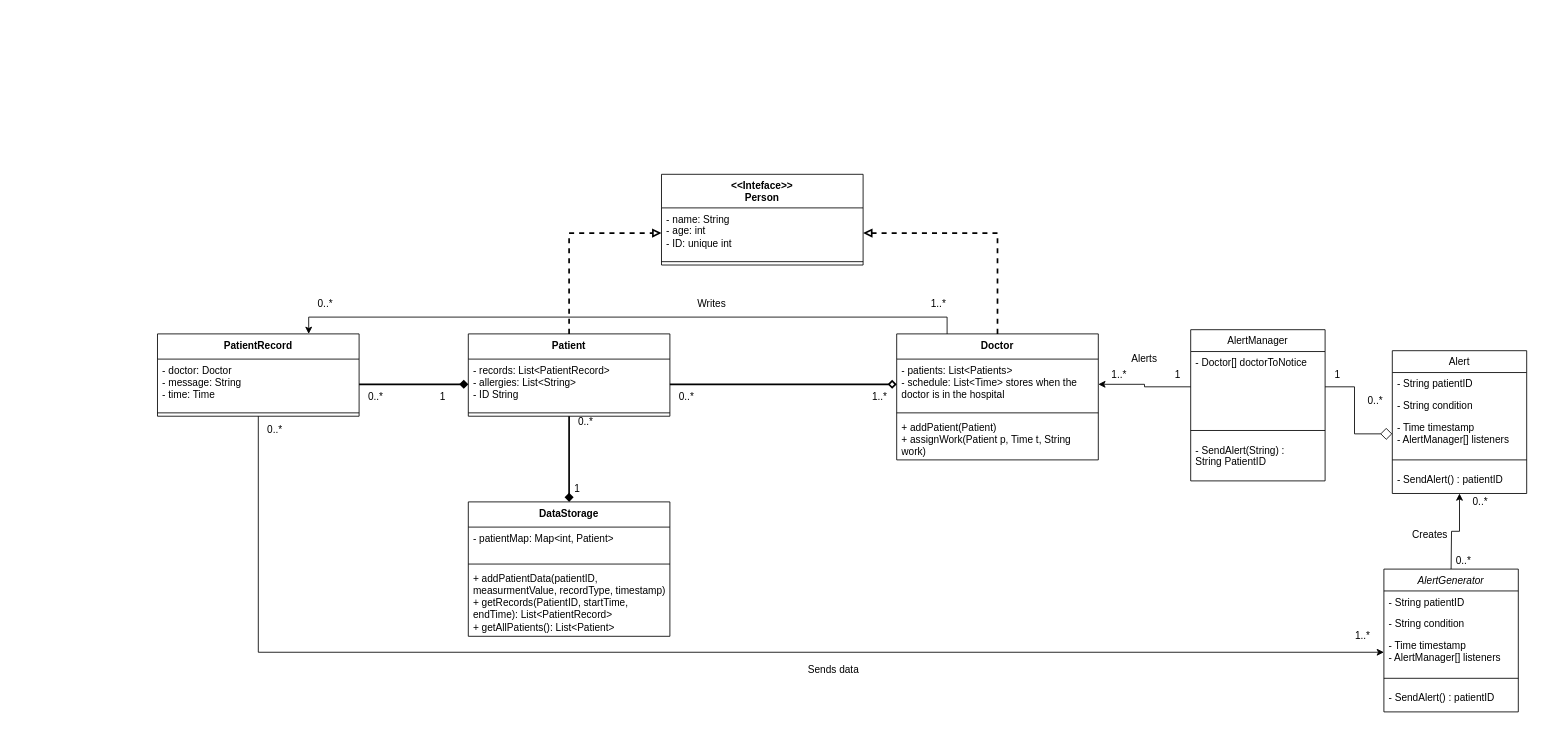
almadav0010/SoftverEngi_G79 keeps this draw.io diagram as UML_Chart.drawio. Above is the earlier version. Source tidied: cells renumbered, new cells numbered last; positions are measured from the earlier drawing's top-left corner, leaving out a move shared by most shapes. Both pictures are drawn from the tidied source at 84%, with x=0, y=0 at pixel (157, 174).
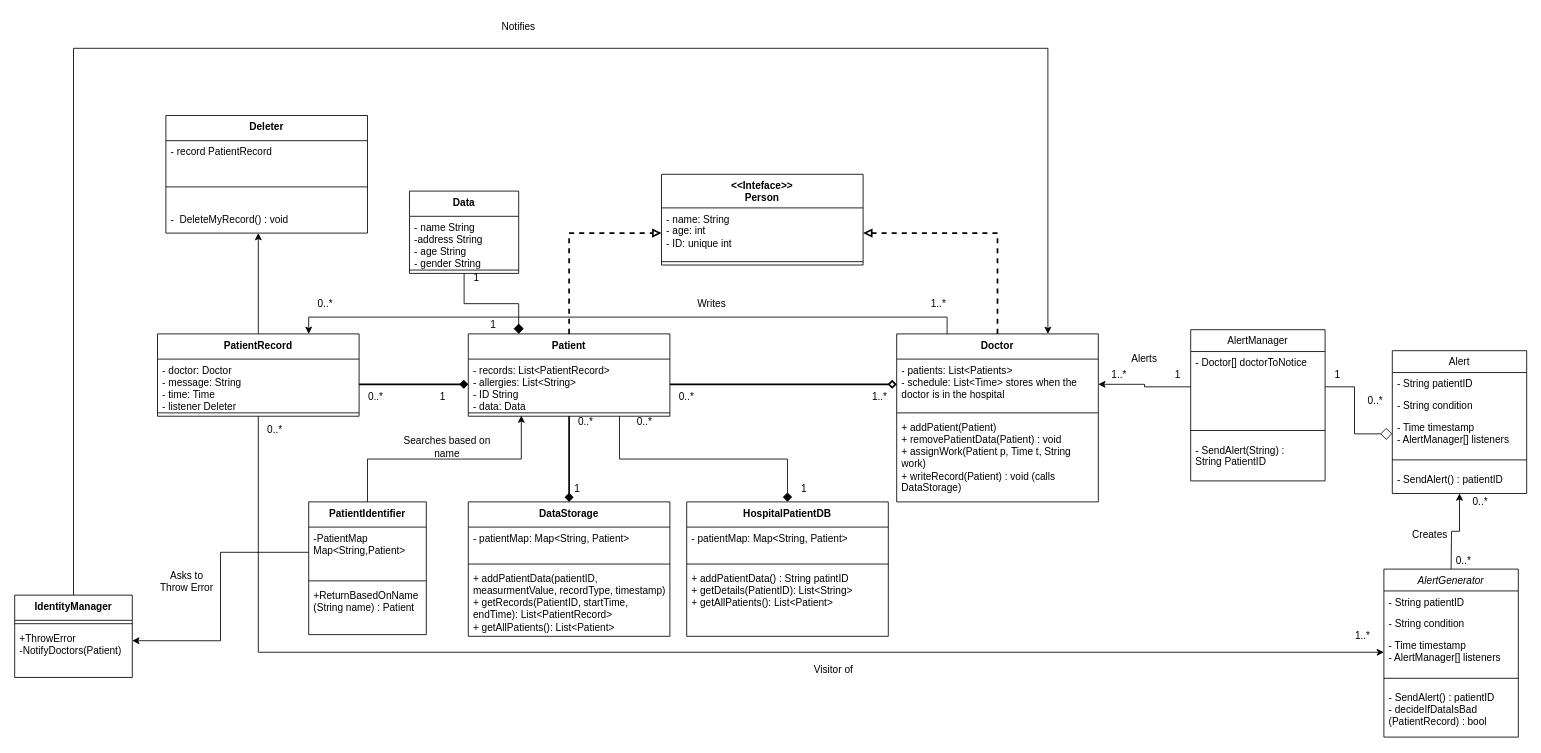
After the change.

Unchanged cells that the change refers to:
```xml
<mxCell id="3" value="&lt;div&gt;&lt;span style=&quot;background-color: transparent; color: light-dark(rgb(0, 0, 0), rgb(255, 255, 255));&quot;&gt;DataStorage&lt;/span&gt;&lt;/div&gt;" style="swimlane;fontStyle=1;align=center;verticalAlign=top;horizontal=1;startSize=30;whiteSpace=wrap;html=1;" parent="1" vertex="1">
  <mxGeometry x="370" y="390" width="240" height="160" as="geometry" />
</mxCell>
<mxCell id="8" value="&lt;div&gt;&lt;span style=&quot;background-color: transparent; color: light-dark(rgb(0, 0, 0), rgb(255, 255, 255));&quot;&gt;Patient&lt;/span&gt;&lt;/div&gt;" style="swimlane;fontStyle=1;align=center;verticalAlign=top;horizontal=1;startSize=30;whiteSpace=wrap;html=1;" parent="1" vertex="1">
  <mxGeometry x="370" y="190" width="240" height="98" as="geometry" />
</mxCell>
<mxCell id="10" style="line;strokeWidth=1;fillColor=none;align=left;verticalAlign=middle;spacingTop=-1;spacingLeft=3;spacingRight=3;labelPosition=right;points=[];portConstraint=eastwest;strokeColor=inherit;" parent="8" vertex="1">
  <mxGeometry y="90" width="240" height="8" as="geometry" />
</mxCell>
<mxCell id="26" value="&lt;div&gt;&lt;span style=&quot;background-color: transparent; color: light-dark(rgb(0, 0, 0), rgb(255, 255, 255));&quot;&gt;PatientRecord&lt;/span&gt;&lt;/div&gt;" style="swimlane;fontStyle=1;align=center;verticalAlign=top;horizontal=1;startSize=30;whiteSpace=wrap;html=1;" parent="1" vertex="1">
  <mxGeometry y="190" width="240" height="98" as="geometry" />
</mxCell>
```

Change to the diagram source:
```diff
@@
-    <mxCell id="4" value="- patientMap: Map&amp;lt;int, Patient&amp;gt;" style="text;strokeColor=none;fillColor=none;align=left;verticalAlign=top;spacingLeft=4;spacingRight=4;overflow=hidden;whiteSpace=wrap;html=1;" parent="3" vertex="1">
+    <mxCell id="4" value="- patientMap: Map&amp;lt;String, Patient&amp;gt;" style="text;strokeColor=none;fillColor=none;align=left;verticalAlign=top;spacingLeft=4;spacingRight=4;overflow=hidden;whiteSpace=wrap;html=1;" parent="3" vertex="1">
       <mxGeometry y="30" width="240" height="40" as="geometry" />
     </mxCell>
@@
-    <mxCell id="9" value="&lt;div&gt;- records: List&amp;lt;PatientRecord&amp;gt;&lt;/div&gt;&lt;div&gt;- allergies: List&amp;lt;String&amp;gt;&amp;nbsp;&lt;/div&gt;&lt;div&gt;- ID String&lt;/div&gt;" style="text;strokeColor=none;fillColor=none;align=left;verticalAlign=top;spacingLeft=4;spacingRight=4;overflow=hidden;points=[[0,0.5],[1,0.5]];portConstraint=eastwest;whiteSpace=wrap;html=1;" parent="8" vertex="1">
+    <mxCell id="9" value="&lt;div&gt;- records: List&amp;lt;PatientRecord&amp;gt;&lt;/div&gt;&lt;div&gt;- allergies: List&amp;lt;String&amp;gt;&amp;nbsp;&lt;/div&gt;&lt;div&gt;- ID String&lt;/div&gt;&lt;div&gt;- data: Data&lt;/div&gt;" style="text;strokeColor=none;fillColor=none;align=left;verticalAlign=top;spacingLeft=4;spacingRight=4;overflow=hidden;points=[[0,0.5],[1,0.5]];portConstraint=eastwest;whiteSpace=wrap;html=1;" parent="8" vertex="1">
       <mxGeometry y="30" width="240" height="60" as="geometry" />
     </mxCell>
@@
     <mxCell id="18" value="&lt;div&gt;&lt;span style=&quot;background-color: transparent; color: light-dark(rgb(0, 0, 0), rgb(255, 255, 255));&quot;&gt;Doctor&lt;/span&gt;&lt;/div&gt;" style="swimlane;fontStyle=1;align=center;verticalAlign=top;horizontal=1;startSize=30;whiteSpace=wrap;html=1;" parent="1" vertex="1">
-      <mxGeometry x="880" y="190" width="240" height="150" as="geometry" />
+      <mxGeometry x="880" y="190" width="240" height="200" as="geometry" />
     </mxCell>
@@
-    <mxCell id="21" value="&lt;div&gt;+ addPatient(Patient)&lt;/div&gt;&lt;div&gt;+ assignWork(Patient p, Time t, String work)&lt;/div&gt;" style="text;strokeColor=none;fillColor=none;align=left;verticalAlign=top;spacingLeft=4;spacingRight=4;overflow=hidden;whiteSpace=wrap;html=1;" parent="18" vertex="1">
-      <mxGeometry y="98" width="240" height="52" as="geometry" />
+    <mxCell id="21" value="&lt;div&gt;+ addPatient(Patient)&lt;/div&gt;&lt;div&gt;+ removePatientData(Patient) : void&lt;/div&gt;&lt;div&gt;+ assignWork(Patient p, Time t, String work)&lt;/div&gt;&lt;div&gt;+ writeRecord(Patient) : void (calls DataStorage)&lt;/div&gt;" style="text;strokeColor=none;fillColor=none;align=left;verticalAlign=top;spacingLeft=4;spacingRight=4;overflow=hidden;whiteSpace=wrap;html=1;" parent="18" vertex="1">
+      <mxGeometry y="98" width="240" height="102" as="geometry" />
     </mxCell>
@@
+    <mxCell id="65" style="edgeStyle=orthogonalEdgeStyle;rounded=0;jettySize=auto;html=1;exitX=0.5;exitY=0;exitDx=0;exitDy=0;" parent="1" edge="1" source="26">
+      <mxGeometry relative="1" as="geometry">
+        <mxPoint x="120" y="70" as="targetPoint" />
+      </mxGeometry>
+    </mxCell>
@@
-    <mxCell id="27" value="&lt;div&gt;- doctor: Doctor&lt;/div&gt;&lt;div&gt;- message: String&lt;/div&gt;&lt;div&gt;- time: Time&lt;/div&gt;" style="text;strokeColor=none;fillColor=none;align=left;verticalAlign=top;spacingLeft=4;spacingRight=4;overflow=hidden;points=[[0,0.5],[1,0.5]];portConstraint=eastwest;whiteSpace=wrap;html=1;" parent="26" vertex="1">
+    <mxCell id="27" value="&lt;div&gt;- doctor: Doctor&lt;/div&gt;&lt;div&gt;- message: String&lt;/div&gt;&lt;div&gt;- time: Time&lt;/div&gt;&lt;div&gt;- listener Deleter&lt;/div&gt;" style="text;strokeColor=none;fillColor=none;align=left;verticalAlign=top;spacingLeft=4;spacingRight=4;overflow=hidden;points=[[0,0.5],[1,0.5]];portConstraint=eastwest;whiteSpace=wrap;html=1;" parent="26" vertex="1">
       <mxGeometry y="30" width="240" height="60" as="geometry" />
     </mxCell>
@@
     <mxCell id="52" value="AlertGenerator" style="swimlane;fontStyle=2;align=center;verticalAlign=top;horizontal=1;startSize=26;rounded=0;shadow=0;strokeWidth=1;" parent="1" vertex="1">
-      <mxGeometry x="1460" y="470" width="160" height="170" as="geometry" />
+      <mxGeometry x="1460" y="470" width="160" height="200" as="geometry" />
     </mxCell>
@@
-    <mxCell id="57" value="- SendAlert() : patientID" style="text;align=left;verticalAlign=top;spacingLeft=4;spacingRight=4;overflow=hidden;rounded=0;shadow=0;html=0;" parent="52" vertex="1">
-      <mxGeometry y="140" width="160" height="20" as="geometry" />
+    <mxCell id="57" value="- SendAlert() : patientID&#10;- decideIfDataIsBad&#10;(PatientRecord) : bool" style="text;align=left;verticalAlign=top;spacingLeft=4;spacingRight=4;overflow=hidden;rounded=0;shadow=0;html=0;" parent="52" vertex="1">
+      <mxGeometry y="140" width="160" height="60" as="geometry" />
     </mxCell>
@@
-    <mxCell id="62" value="Sends data" style="text;html=1;whiteSpace=wrap;strokeColor=none;fillColor=none;align=center;verticalAlign=middle;rounded=0;" parent="1" vertex="1">
+    <mxCell id="62" value="Visitor of" style="text;html=1;whiteSpace=wrap;strokeColor=none;fillColor=none;align=center;verticalAlign=middle;rounded=0;" parent="1" vertex="1">
       <mxGeometry x="770" y="580" width="70" height="20" as="geometry" />
     </mxCell>
@@
+    <mxCell id="66" value="&lt;div&gt;&lt;span style=&quot;background-color: transparent; color: light-dark(rgb(0, 0, 0), rgb(255, 255, 255));&quot;&gt;Deleter&lt;/span&gt;&lt;/div&gt;" style="swimlane;fontStyle=1;align=center;verticalAlign=top;horizontal=1;startSize=30;whiteSpace=wrap;html=1;" parent="1" vertex="1">
+      <mxGeometry x="10" y="-70" width="240" height="140" as="geometry" />
+    </mxCell>
+    <mxCell id="67" value="&lt;div&gt;- record PatientRecord&lt;/div&gt;" style="text;strokeColor=none;fillColor=none;align=left;verticalAlign=top;spacingLeft=4;spacingRight=4;overflow=hidden;whiteSpace=wrap;html=1;" parent="66" vertex="1">
+      <mxGeometry y="30" width="240" height="30" as="geometry" />
+    </mxCell>
+    <mxCell id="68" style="line;strokeWidth=1;fillColor=none;align=left;verticalAlign=middle;spacingTop=-1;spacingLeft=3;spacingRight=3;labelPosition=right;strokeColor=inherit;" parent="66" vertex="1">
+      <mxGeometry y="60" width="240" height="50" as="geometry" />
+    </mxCell>
+    <mxCell id="69" value="&lt;div&gt;-&amp;nbsp; DeleteMyRecord() : void&lt;/div&gt;" style="text;strokeColor=none;fillColor=none;align=left;verticalAlign=top;spacingLeft=4;spacingRight=4;overflow=hidden;whiteSpace=wrap;html=1;" parent="66" vertex="1">
+      <mxGeometry y="110" width="240" height="30" as="geometry" />
+    </mxCell>
+    <mxCell id="70" style="edgeStyle=orthogonalEdgeStyle;rounded=0;jettySize=auto;html=1;exitX=0.5;exitY=0;exitDx=0;exitDy=0;entryX=0.75;entryY=1;entryDx=0;entryDy=0;startArrow=diamond;startFill=1;startSize=9;endArrow=none;endFill=0;" parent="1" edge="1" source="71" target="8">
+      <mxGeometry relative="1" as="geometry" />
+    </mxCell>
+    <mxCell id="71" value="&lt;div&gt;&lt;span style=&quot;background-color: transparent; color: light-dark(rgb(0, 0, 0), rgb(255, 255, 255));&quot;&gt;HospitalPatientDB&lt;/span&gt;&lt;/div&gt;" style="swimlane;fontStyle=1;align=center;verticalAlign=top;horizontal=1;startSize=30;whiteSpace=wrap;html=1;" parent="1" vertex="1">
+      <mxGeometry x="630" y="390" width="240" height="160" as="geometry" />
+    </mxCell>
+    <mxCell id="72" value="- patientMap: Map&amp;lt;String, Patient&amp;gt;" style="text;strokeColor=none;fillColor=none;align=left;verticalAlign=top;spacingLeft=4;spacingRight=4;overflow=hidden;whiteSpace=wrap;html=1;" parent="71" vertex="1">
+      <mxGeometry y="30" width="240" height="40" as="geometry" />
+    </mxCell>
+    <mxCell id="73" style="line;strokeWidth=1;fillColor=none;align=left;verticalAlign=middle;spacingTop=-1;spacingLeft=3;spacingRight=3;labelPosition=right;strokeColor=inherit;" parent="71" vertex="1">
+      <mxGeometry y="70" width="240" height="8" as="geometry" />
+    </mxCell>
+    <mxCell id="74" value="+ addPatientData() : String patintID&lt;div&gt;+ getDetails(PatientID): List&amp;lt;String&amp;gt;&lt;/div&gt;&lt;div&gt;+ getAllPatients():&amp;nbsp;List&amp;lt;Patient&amp;gt;&lt;/div&gt;" style="text;strokeColor=none;fillColor=none;align=left;verticalAlign=top;spacingLeft=4;spacingRight=4;overflow=hidden;whiteSpace=wrap;html=1;" parent="71" vertex="1">
+      <mxGeometry y="78" width="240" height="82" as="geometry" />
+    </mxCell>
+    <mxCell id="75" style="edgeStyle=orthogonalEdgeStyle;rounded=0;jettySize=auto;html=1;exitX=0.5;exitY=1;exitDx=0;exitDy=0;entryX=0.25;entryY=0;entryDx=0;entryDy=0;endArrow=diamond;endFill=1;endSize=10;" parent="1" edge="1" source="76" target="8">
+      <mxGeometry relative="1" as="geometry" />
+    </mxCell>
+    <mxCell id="76" value="&lt;div&gt;&lt;span style=&quot;background-color: transparent; color: light-dark(rgb(0, 0, 0), rgb(255, 255, 255));&quot;&gt;Data&lt;/span&gt;&lt;/div&gt;" style="swimlane;fontStyle=1;align=center;verticalAlign=top;horizontal=1;startSize=30;whiteSpace=wrap;html=1;" parent="1" vertex="1">
+      <mxGeometry x="300" y="20" width="130" height="98" as="geometry" />
+    </mxCell>
+    <mxCell id="77" value="&lt;div&gt;- name String&lt;/div&gt;&lt;div&gt;-address String&lt;/div&gt;&lt;div&gt;- age String&lt;/div&gt;&lt;div&gt;- gender String&lt;/div&gt;" style="text;strokeColor=none;fillColor=none;align=left;verticalAlign=top;spacingLeft=4;spacingRight=4;overflow=hidden;whiteSpace=wrap;html=1;" parent="76" vertex="1">
+      <mxGeometry y="30" width="130" height="60" as="geometry" />
+    </mxCell>
+    <mxCell id="78" style="line;strokeWidth=1;fillColor=none;align=left;verticalAlign=middle;spacingTop=-1;spacingLeft=3;spacingRight=3;labelPosition=right;strokeColor=inherit;" parent="76" vertex="1">
+      <mxGeometry y="90" width="130" height="8" as="geometry" />
+    </mxCell>
+    <mxCell id="79" value="1" style="text;html=1;whiteSpace=wrap;strokeColor=none;fillColor=none;align=center;verticalAlign=middle;rounded=0;" parent="1" vertex="1">
+      <mxGeometry x="380" y="175" width="40" height="10" as="geometry" />
+    </mxCell>
+    <mxCell id="80" value="1" style="text;html=1;whiteSpace=wrap;strokeColor=none;fillColor=none;align=center;verticalAlign=middle;rounded=0;" parent="1" vertex="1">
+      <mxGeometry x="360" y="118" width="40" height="10" as="geometry" />
+    </mxCell>
+    <mxCell id="81" value="0..*" style="text;html=1;whiteSpace=wrap;strokeColor=none;fillColor=none;align=center;verticalAlign=middle;rounded=0;" parent="1" vertex="1">
+      <mxGeometry x="560" y="290" width="40" height="10" as="geometry" />
+    </mxCell>
+    <mxCell id="82" value="1" style="text;html=1;whiteSpace=wrap;strokeColor=none;fillColor=none;align=center;verticalAlign=middle;rounded=0;" parent="1" vertex="1">
+      <mxGeometry x="750" y="370" width="40" height="10" as="geometry" />
+    </mxCell>
+    <mxCell id="83" value="&lt;div&gt;&lt;span style=&quot;background-color: transparent; color: light-dark(rgb(0, 0, 0), rgb(255, 255, 255));&quot;&gt;PatientIdentifier&lt;/span&gt;&lt;/div&gt;" style="swimlane;fontStyle=1;align=center;verticalAlign=top;horizontal=1;startSize=30;whiteSpace=wrap;html=1;" parent="1" vertex="1">
+      <mxGeometry x="180" y="390" width="140" height="158" as="geometry" />
+    </mxCell>
+    <mxCell id="84" value="-PatientMap Map&amp;lt;String,Patient&amp;gt;" style="text;strokeColor=none;fillColor=none;align=left;verticalAlign=top;spacingLeft=4;spacingRight=4;overflow=hidden;points=[[0,0.5],[1,0.5]];portConstraint=eastwest;whiteSpace=wrap;html=1;" parent="83" vertex="1">
+      <mxGeometry y="30" width="140" height="60" as="geometry" />
+    </mxCell>
+    <mxCell id="85" style="line;strokeWidth=1;fillColor=none;align=left;verticalAlign=middle;spacingTop=-1;spacingLeft=3;spacingRight=3;labelPosition=right;strokeColor=inherit;" parent="83" vertex="1">
+      <mxGeometry y="90" width="140" height="8" as="geometry" />
+    </mxCell>
+    <mxCell id="86" value="+ReturnBasedOnName&lt;br&gt;(String name) : Patient" style="text;strokeColor=none;fillColor=none;align=left;verticalAlign=top;spacingLeft=4;spacingRight=4;overflow=hidden;whiteSpace=wrap;html=1;" parent="83" vertex="1">
+      <mxGeometry y="98" width="140" height="60" as="geometry" />
+    </mxCell>
+    <mxCell id="87" style="edgeStyle=orthogonalEdgeStyle;rounded=0;jettySize=auto;html=1;exitX=0.5;exitY=0;exitDx=0;exitDy=0;entryX=0.263;entryY=0.906;entryDx=0;entryDy=0;entryPerimeter=0;" parent="1" edge="1" source="83" target="10">
+      <mxGeometry relative="1" as="geometry" />
+    </mxCell>
+    <mxCell id="88" value="Searches based on name" style="text;html=1;whiteSpace=wrap;strokeColor=none;fillColor=none;align=center;verticalAlign=middle;rounded=0;" parent="1" vertex="1">
+      <mxGeometry x="290" y="310" width="110" height="30" as="geometry" />
+    </mxCell>
+    <mxCell id="89" style="edgeStyle=orthogonalEdgeStyle;rounded=0;jettySize=auto;html=1;exitX=0.5;exitY=0;exitDx=0;exitDy=0;entryX=0.75;entryY=0;entryDx=0;entryDy=0;" parent="1" edge="1" source="90" target="18">
+      <mxGeometry relative="1" as="geometry">
+        <Array as="points">
+          <mxPoint x="-100" y="-150" />
+          <mxPoint x="1060" y="-150" />
+        </Array>
+      </mxGeometry>
+    </mxCell>
+    <mxCell id="90" value="&lt;div&gt;&lt;span style=&quot;background-color: transparent; color: light-dark(rgb(0, 0, 0), rgb(255, 255, 255));&quot;&gt;IdentityManager&lt;/span&gt;&lt;/div&gt;" style="swimlane;fontStyle=1;align=center;verticalAlign=top;horizontal=1;startSize=30;whiteSpace=wrap;html=1;" parent="1" vertex="1">
+      <mxGeometry x="-170" y="501" width="140" height="98" as="geometry" />
+    </mxCell>
+    <mxCell id="91" style="line;strokeWidth=1;fillColor=none;align=left;verticalAlign=middle;spacingTop=-1;spacingLeft=3;spacingRight=3;labelPosition=right;strokeColor=inherit;" parent="90" vertex="1">
+      <mxGeometry y="30" width="140" height="8" as="geometry" />
+    </mxCell>
+    <mxCell id="92" value="+ThrowError&lt;div&gt;-NotifyDoctors(Patient)&lt;/div&gt;" style="text;strokeColor=none;fillColor=none;align=left;verticalAlign=top;spacingLeft=4;spacingRight=4;overflow=hidden;points=[[0,0.5],[1,0.5]];portConstraint=eastwest;whiteSpace=wrap;html=1;" parent="90" vertex="1">
+      <mxGeometry y="38" width="140" height="60" as="geometry" />
+    </mxCell>
+    <mxCell id="93" style="edgeStyle=orthogonalEdgeStyle;rounded=0;jettySize=auto;html=1;exitX=0;exitY=0.5;exitDx=0;exitDy=0;entryX=1;entryY=0.271;entryDx=0;entryDy=0;entryPerimeter=0;" parent="1" edge="1" source="84" target="92">
+      <mxGeometry relative="1" as="geometry" />
+    </mxCell>
+    <mxCell id="94" value="Asks to Throw Error" style="text;html=1;whiteSpace=wrap;strokeColor=none;fillColor=none;align=center;verticalAlign=middle;rounded=0;" parent="1" vertex="1">
+      <mxGeometry y="470" width="70" height="30" as="geometry" />
+    </mxCell>
+    <mxCell id="95" value="Notifies" style="text;html=1;whiteSpace=wrap;strokeColor=none;fillColor=none;align=center;verticalAlign=middle;rounded=0;" parent="1" vertex="1">
+      <mxGeometry x="400" y="-190" width="60" height="30" as="geometry" />
+    </mxCell>
```
